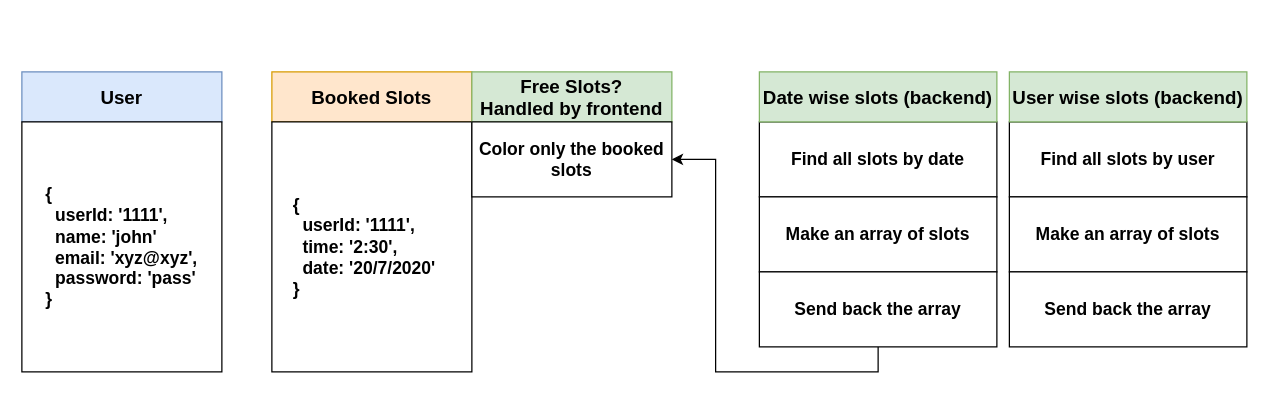
Above: DB Architecture.drawio in karankumarshreds/HealthcareArchitecture (draw.io), before the change. Source tidied: cells renumbered, new cells numbered last; positions are measured from the earlier drawing's top-left corner, leaving out a move shared by most shapes. Both pictures are drawn from the tidied source at 125%, with x=0, y=0 at pixel (21, 71).
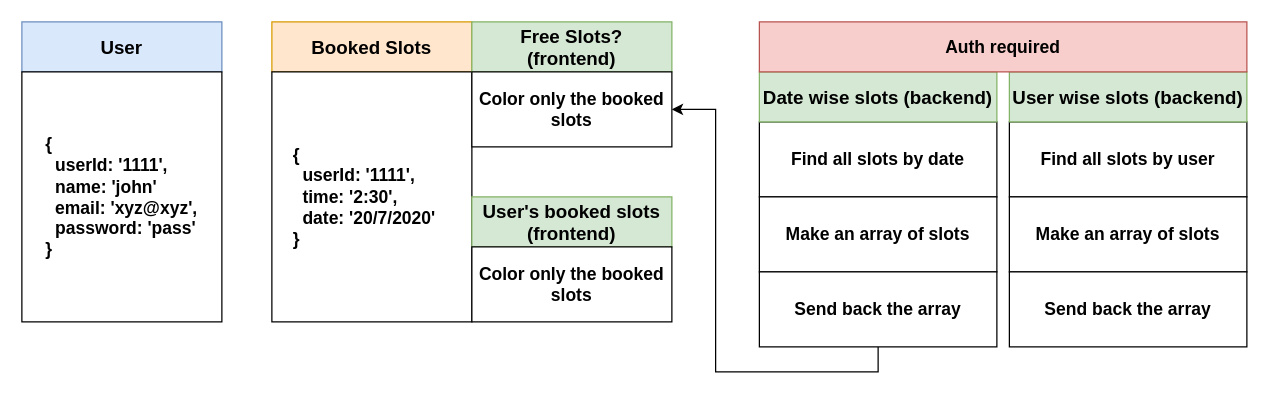
After the change.

The edit, as a diff of the source:
```diff
@@
 <mxGraphModel>
   <root>
     <mxCell id="0" />
     <mxCell id="1" parent="0" />
     <mxCell id="2" value="&lt;font style=&quot;font-size: 15px&quot;&gt;&lt;b&gt;User&lt;/b&gt;&lt;/font&gt;" style="rounded=0;whiteSpace=wrap;html=1;fillColor=#dae8fc;strokeColor=#6c8ebf;" parent="1" vertex="1">
-      <mxGeometry width="160" height="40" as="geometry" />
+      <mxGeometry y="-40" width="160" height="40" as="geometry" />
     </mxCell>
     <mxCell id="3" value="&lt;b&gt;&lt;font style=&quot;font-size: 15px&quot;&gt;Booked Slots&lt;/font&gt;&lt;/b&gt;" style="rounded=0;whiteSpace=wrap;html=1;fillColor=#ffe6cc;strokeColor=#d79b00;" parent="1" vertex="1">
-      <mxGeometry x="200" width="160" height="40" as="geometry" />
+      <mxGeometry x="200" y="-40" width="160" height="40" as="geometry" />
     </mxCell>
     <mxCell id="4" value="&lt;div style=&quot;text-align: justify ; font-size: 14px&quot;&gt;&lt;span&gt;&lt;font style=&quot;font-size: 14px&quot;&gt;&lt;b&gt;{&amp;nbsp;&lt;/b&gt;&lt;/font&gt;&lt;/span&gt;&lt;/div&gt;&lt;font style=&quot;font-size: 14px&quot;&gt;&lt;b&gt;&lt;div style=&quot;text-align: justify&quot;&gt;&lt;span&gt;&amp;nbsp; userId: '1111',&lt;/span&gt;&lt;/div&gt;&lt;div style=&quot;text-align: justify&quot;&gt;&lt;span&gt;&amp;nbsp; time: '2:30',&lt;/span&gt;&lt;/div&gt;&lt;div style=&quot;text-align: justify&quot;&gt;&lt;span&gt;&amp;nbsp; date: '20/7/2020'&amp;nbsp; &amp;nbsp;&lt;/span&gt;&lt;/div&gt;&lt;div style=&quot;text-align: justify&quot;&gt;&lt;span&gt;}&lt;/span&gt;&lt;/div&gt;&lt;/b&gt;&lt;/font&gt;" style="rounded=0;whiteSpace=wrap;html=1;align=center;" parent="1" vertex="1">
-      <mxGeometry x="200" y="40" width="160" height="200" as="geometry" />
+      <mxGeometry x="200" width="160" height="200" as="geometry" />
     </mxCell>
     <mxCell id="5" value="&lt;div style=&quot;text-align: justify ; font-size: 14px&quot;&gt;&lt;span&gt;&lt;font style=&quot;font-size: 14px&quot;&gt;&lt;b&gt;{&amp;nbsp;&lt;/b&gt;&lt;/font&gt;&lt;/span&gt;&lt;/div&gt;&lt;font style=&quot;font-size: 14px&quot;&gt;&lt;b&gt;&lt;div style=&quot;text-align: justify&quot;&gt;&lt;span&gt;&amp;nbsp; userId: '1111',&lt;/span&gt;&lt;/div&gt;&lt;div style=&quot;text-align: justify&quot;&gt;&lt;span&gt;&amp;nbsp; name: 'john'&lt;/span&gt;&lt;/div&gt;&lt;div style=&quot;text-align: justify&quot;&gt;&lt;span&gt;&amp;nbsp; email: 'xyz@xyz',&lt;/span&gt;&lt;/div&gt;&lt;div style=&quot;text-align: justify&quot;&gt;&lt;span&gt;&amp;nbsp; password: 'pass'&lt;/span&gt;&lt;/div&gt;&lt;div style=&quot;text-align: justify&quot;&gt;&lt;span&gt;}&lt;/span&gt;&lt;/div&gt;&lt;/b&gt;&lt;/font&gt;" style="rounded=0;whiteSpace=wrap;html=1;align=center;" parent="1" vertex="1">
-      <mxGeometry y="40" width="160" height="200" as="geometry" />
+      <mxGeometry width="160" height="200" as="geometry" />
     </mxCell>
-    <mxCell id="6" value="&lt;b&gt;&lt;font style=&quot;font-size: 15px&quot;&gt;Free Slots?&lt;br&gt;Handled by frontend&lt;br&gt;&lt;/font&gt;&lt;/b&gt;" style="rounded=0;whiteSpace=wrap;html=1;fillColor=#d5e8d4;strokeColor=#82b366;" parent="1" vertex="1">
-      <mxGeometry x="360" width="160" height="40" as="geometry" />
+    <mxCell id="6" value="&lt;b&gt;&lt;font style=&quot;font-size: 15px&quot;&gt;Free Slots?&lt;br&gt;(frontend)&lt;br&gt;&lt;/font&gt;&lt;/b&gt;" style="rounded=0;whiteSpace=wrap;html=1;fillColor=#d5e8d4;strokeColor=#82b366;" parent="1" vertex="1">
+      <mxGeometry x="360" y="-40" width="160" height="40" as="geometry" />
     </mxCell>
     <mxCell id="7" value="&lt;b&gt;&lt;font style=&quot;font-size: 14px&quot;&gt;Color only the booked slots&lt;/font&gt;&lt;/b&gt;" style="rounded=0;whiteSpace=wrap;html=1;" parent="1" vertex="1">
-      <mxGeometry x="360" y="40" width="160" height="60" as="geometry" />
+      <mxGeometry x="360" width="160" height="60" as="geometry" />
     </mxCell>
     <mxCell id="8" value="&lt;b&gt;&lt;font style=&quot;font-size: 14px&quot;&gt;Find all slots by date&lt;/font&gt;&lt;/b&gt;" style="rounded=0;whiteSpace=wrap;html=1;" parent="1" vertex="1">
       <mxGeometry x="590" y="40" width="190" height="60" as="geometry" />
     </mxCell>
     <mxCell id="9" value="&lt;b&gt;&lt;font style=&quot;font-size: 14px&quot;&gt;Make an array of slots&lt;/font&gt;&lt;/b&gt;" style="rounded=0;whiteSpace=wrap;html=1;" parent="1" vertex="1">
       <mxGeometry x="590" y="100" width="190" height="60" as="geometry" />
     </mxCell>
     <mxCell id="10" style="edgeStyle=orthogonalEdgeStyle;rounded=0;jettySize=auto;html=1;exitX=0.5;exitY=1;exitDx=0;exitDy=0;entryX=1;entryY=0.5;entryDx=0;entryDy=0;" parent="1" edge="1" source="11" target="7">
       <mxGeometry relative="1" as="geometry" />
     </mxCell>
     <mxCell id="11" value="&lt;b&gt;&lt;font style=&quot;font-size: 14px&quot;&gt;Send back the array&lt;/font&gt;&lt;/b&gt;" style="rounded=0;whiteSpace=wrap;html=1;" parent="1" vertex="1">
       <mxGeometry x="590" y="160" width="190" height="60" as="geometry" />
     </mxCell>
     <mxCell id="12" value="&lt;b&gt;&lt;font style=&quot;font-size: 15px&quot;&gt;Date wise slots (backend)&lt;br&gt;&lt;/font&gt;&lt;/b&gt;" style="rounded=0;whiteSpace=wrap;html=1;fillColor=#d5e8d4;strokeColor=#82b366;" parent="1" vertex="1">
       <mxGeometry x="590" width="190" height="40" as="geometry" />
     </mxCell>
     <mxCell id="13" value="&lt;b&gt;&lt;font style=&quot;font-size: 14px&quot;&gt;Find all slots by user&lt;/font&gt;&lt;/b&gt;" style="rounded=0;whiteSpace=wrap;html=1;" parent="1" vertex="1">
       <mxGeometry x="790" y="40" width="190" height="60" as="geometry" />
     </mxCell>
     <mxCell id="14" value="&lt;b&gt;&lt;font style=&quot;font-size: 14px&quot;&gt;Make an array of slots&lt;/font&gt;&lt;/b&gt;" style="rounded=0;whiteSpace=wrap;html=1;" parent="1" vertex="1">
       <mxGeometry x="790" y="100" width="190" height="60" as="geometry" />
     </mxCell>
     <mxCell id="15" value="&lt;b&gt;&lt;font style=&quot;font-size: 14px&quot;&gt;Send back the array&lt;/font&gt;&lt;/b&gt;" style="rounded=0;whiteSpace=wrap;html=1;" parent="1" vertex="1">
       <mxGeometry x="790" y="160" width="190" height="60" as="geometry" />
     </mxCell>
     <mxCell id="16" value="&lt;b&gt;&lt;font style=&quot;font-size: 15px&quot;&gt;User wise slots (backend)&lt;br&gt;&lt;/font&gt;&lt;/b&gt;" style="rounded=0;whiteSpace=wrap;html=1;fillColor=#d5e8d4;strokeColor=#82b366;" parent="1" vertex="1">
       <mxGeometry x="790" width="190" height="40" as="geometry" />
     </mxCell>
+    <mxCell id="17" value="&lt;b&gt;&lt;font style=&quot;font-size: 14px&quot;&gt;Auth required&lt;/font&gt;&lt;/b&gt;" style="rounded=0;whiteSpace=wrap;html=1;fillColor=#f8cecc;strokeColor=#b85450;" parent="1" vertex="1">
+      <mxGeometry x="590" y="-40" width="390" height="40" as="geometry" />
+    </mxCell>
+    <mxCell id="18" value="&lt;b&gt;&lt;font style=&quot;font-size: 15px&quot;&gt;User's booked slots&lt;br&gt;(frontend)&lt;br&gt;&lt;/font&gt;&lt;/b&gt;" style="rounded=0;whiteSpace=wrap;html=1;fillColor=#d5e8d4;strokeColor=#82b366;" parent="1" vertex="1">
+      <mxGeometry x="360" y="100" width="160" height="40" as="geometry" />
+    </mxCell>
+    <mxCell id="19" value="&lt;b&gt;&lt;font style=&quot;font-size: 14px&quot;&gt;Color only the booked slots&lt;/font&gt;&lt;/b&gt;" style="rounded=0;whiteSpace=wrap;html=1;" parent="1" vertex="1">
+      <mxGeometry x="360" y="140" width="160" height="60" as="geometry" />
+    </mxCell>
   </root>
 </mxGraphModel>
```
